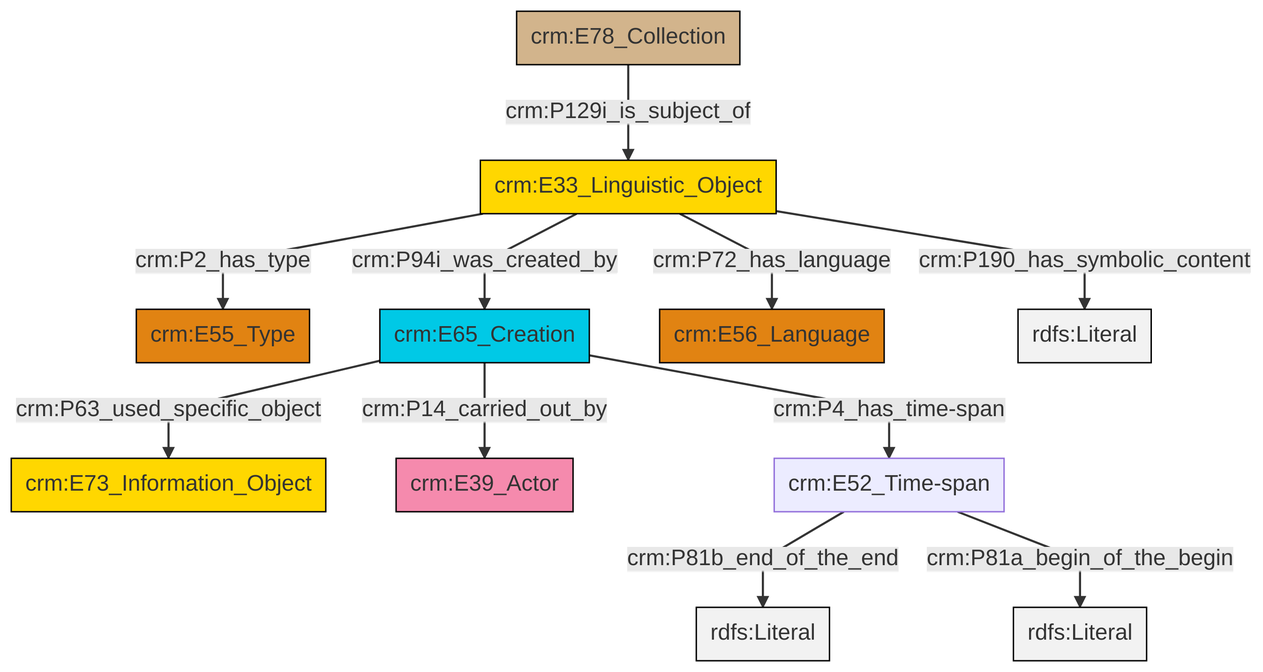
Earlier version of the Mermaid export et/archivalCSV/ttl/mmd/png/archival_desc.png (swiss-art-research-net/docs.swissartresearch). Its source is kept beside it as et/archivalCSV/ttl/mmd/archival_desc.ttl.mmd.
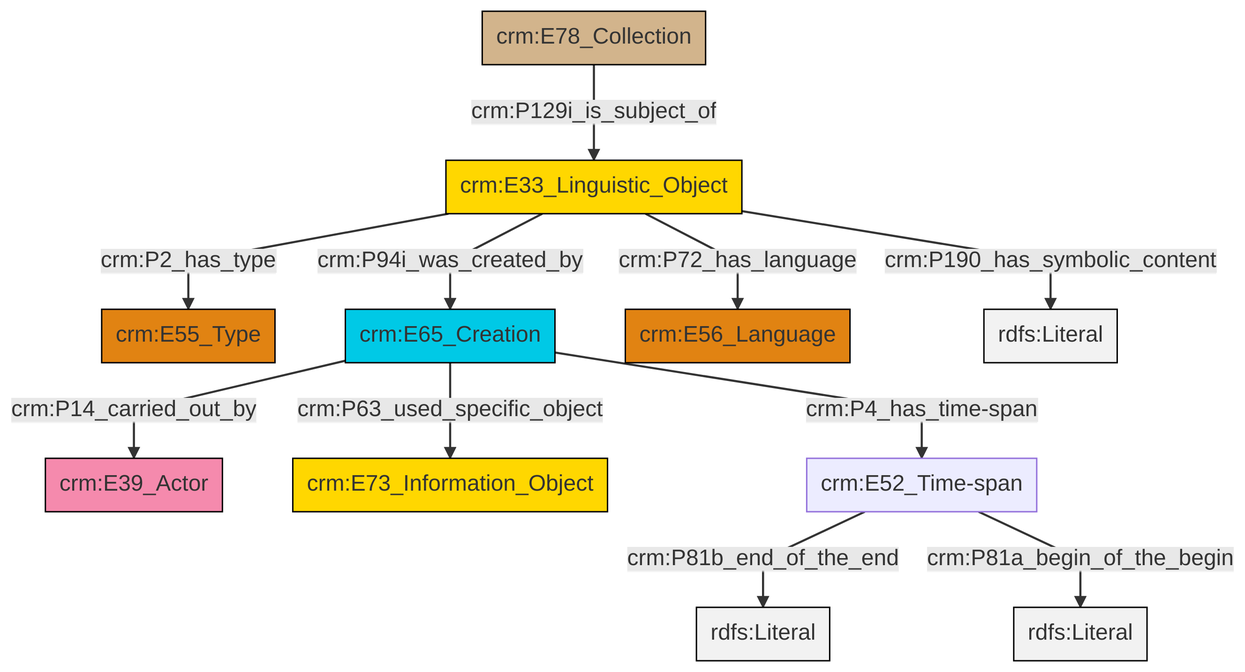
The same file after the commit.

Diff of the diagram source:
```diff
@@ -13,13 +13,13 @@
 classDef PC_Classes fill:#4ce600, stroke:#000000;
 classDef Multi fill:#cccccc,stroke:#000000;
 
-4["crm:E33_Linguistic_Object"]:::Conceptual_Object -->|crm:P2_has_type| 2["crm:E55_Type"]:::Type
-5["crm:E65_Creation"]:::Temporal_Entity -->|crm:P14_carried_out_by| 6["crm:E39_Actor"]:::Actor
-4["crm:E33_Linguistic_Object"]:::Conceptual_Object -->|crm:P190_has_symbolic_content| 9[rdfs:Literal]:::Literal
-4["crm:E33_Linguistic_Object"]:::Conceptual_Object -->|crm:P72_has_language| 7["crm:E56_Language"]:::Type
-5["crm:E65_Creation"]:::Temporal_Entity -->|crm:P63_used_specific_object| 0["crm:E73_Information_Object"]:::Conceptual_Object
-12["crm:E52_Time-span"]:::Default -->|crm:P81b_end_of_the_end| 14[rdfs:Literal]:::Literal
-15["crm:E78_Collection"]:::Physical_Thing -->|crm:P129i_is_subject_of| 4["crm:E33_Linguistic_Object"]:::Conceptual_Object
-5["crm:E65_Creation"]:::Temporal_Entity -->|crm:P4_has_time-span| 12["crm:E52_Time-span"]:::Default
-4["crm:E33_Linguistic_Object"]:::Conceptual_Object -->|crm:P94i_was_created_by| 5["crm:E65_Creation"]:::Temporal_Entity
-12["crm:E52_Time-span"]:::Default -->|crm:P81a_begin_of_the_begin| 18[rdfs:Literal]:::Literal
+8["crm:E65_Creation"]:::Temporal_Entity -->|crm:P14_carried_out_by| 4["crm:E39_Actor"]:::Actor
+2["crm:E33_Linguistic_Object"]:::Conceptual_Object -->|crm:P94i_was_created_by| 8["crm:E65_Creation"]:::Temporal_Entity
+2["crm:E33_Linguistic_Object"]:::Conceptual_Object -->|crm:P190_has_symbolic_content| 15[rdfs:Literal]:::Literal
+8["crm:E65_Creation"]:::Temporal_Entity -->|crm:P63_used_specific_object| 11["crm:E73_Information_Object"]:::Conceptual_Object
+2["crm:E33_Linguistic_Object"]:::Conceptual_Object -->|crm:P2_has_type| 0["crm:E55_Type"]:::Type
+8["crm:E65_Creation"]:::Temporal_Entity -->|crm:P4_has_time-span| 13["crm:E52_Time-span"]:::Default
+2["crm:E33_Linguistic_Object"]:::Conceptual_Object -->|crm:P72_has_language| 9["crm:E56_Language"]:::Type
+13["crm:E52_Time-span"]:::Default -->|crm:P81b_end_of_the_end| 17[rdfs:Literal]:::Literal
+6["crm:E78_Collection"]:::Physical_Thing -->|crm:P129i_is_subject_of| 2["crm:E33_Linguistic_Object"]:::Conceptual_Object
+13["crm:E52_Time-span"]:::Default -->|crm:P81a_begin_of_the_begin| 18[rdfs:Literal]:::Literal
```
